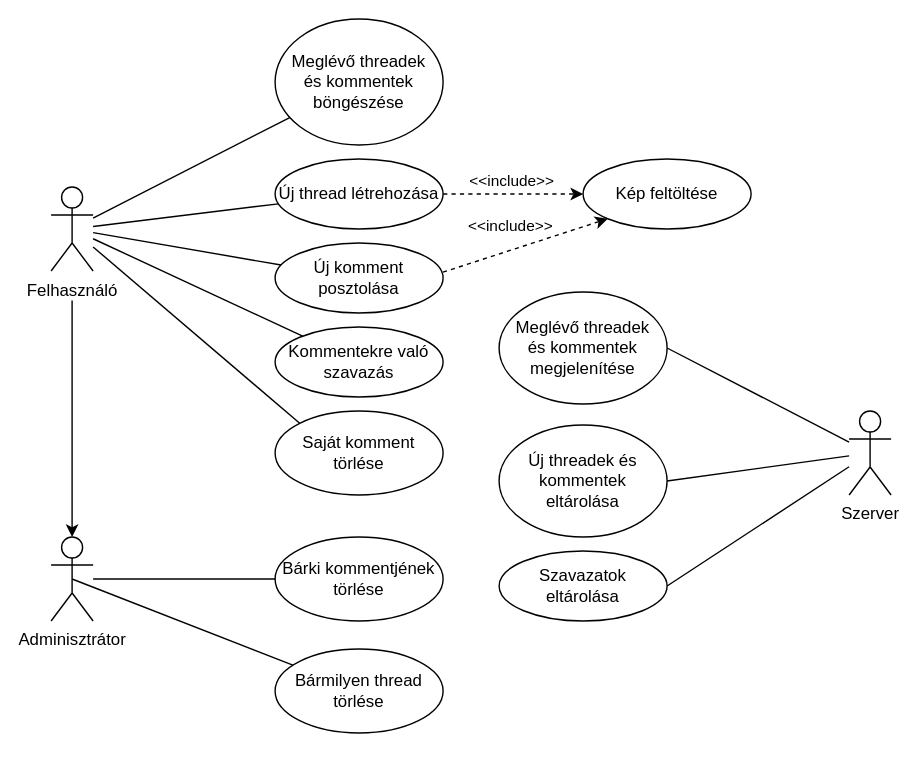
This is specifikacio/uml/use-case.svg from bonifacsolyom/SzakgyakChan, a draw.io export, as it was before one commit. Source tidied: cells renumbered, new cells last; positions are measured from the earlier drawing's top-left corner, leaving out a move shared by most shapes. The source it was exported from:
```xml
<mxGraphModel>
  <root>
    <mxCell id="0" />
    <mxCell id="1" parent="0" />
    <mxCell id="2" style="edgeStyle=orthogonalEdgeStyle;rounded=0;jettySize=auto;html=1;" parent="1" edge="1" target="4">
      <mxGeometry relative="1" as="geometry">
        <mxPoint x="15" y="201" as="sourcePoint" />
      </mxGeometry>
    </mxCell>
    <mxCell id="3" value="Felhasználó" style="shape=umlActor;verticalLabelPosition=bottom;verticalAlign=top;html=1;outlineConnect=0;" parent="1" vertex="1">
      <mxGeometry y="120" width="30" height="60" as="geometry" />
    </mxCell>
    <mxCell id="4" value="Adminisztrátor" style="shape=umlActor;verticalLabelPosition=bottom;verticalAlign=top;html=1;outlineConnect=0;" parent="1" vertex="1">
      <mxGeometry y="370" width="30" height="60" as="geometry" />
    </mxCell>
    <mxCell id="5" value="Új thread létrehozása" style="ellipse;whiteSpace=wrap;html=1;" parent="1" vertex="1">
      <mxGeometry x="160" y="100" width="120" height="50" as="geometry" />
    </mxCell>
    <mxCell id="6" value="Új komment posztolása" style="ellipse;whiteSpace=wrap;html=1;" parent="1" vertex="1">
      <mxGeometry x="160" y="160" width="120" height="50" as="geometry" />
    </mxCell>
    <mxCell id="7" value="Meglévő threadek&lt;br&gt;és kommentek böngészése" style="ellipse;whiteSpace=wrap;html=1;spacingTop=0;" parent="1" vertex="1">
      <mxGeometry x="160" width="120" height="90" as="geometry" />
    </mxCell>
    <mxCell id="8" value="Kép feltöltése" style="ellipse;whiteSpace=wrap;html=1;" parent="1" vertex="1">
      <mxGeometry x="380" y="100" width="120" height="50" as="geometry" />
    </mxCell>
    <mxCell id="9" style="endArrow=classic;html=1;dashed=1;exitX=1;exitY=0.5;exitDx=0;exitDy=0;" parent="1" edge="1" source="5">
      <mxGeometry relative="1" as="geometry">
        <mxPoint x="380" y="125" as="targetPoint" />
      </mxGeometry>
    </mxCell>
    <mxCell id="10" value="&amp;lt;&amp;lt;include&amp;gt;&amp;gt;" style="edgeLabel;html=1;align=center;verticalAlign=middle;" parent="9" vertex="1">
      <mxGeometry x="0.31" y="-2" relative="1" as="geometry">
        <mxPoint x="-16.4" y="-11" as="offset" />
      </mxGeometry>
    </mxCell>
    <mxCell id="11" style="endArrow=classic;html=1;dashed=1;exitX=0.999;exitY=0.417;exitDx=0;exitDy=0;exitPerimeter=0;entryX=0;entryY=1;entryDx=0;entryDy=0;" parent="1" edge="1" source="6" target="8">
      <mxGeometry relative="1" as="geometry" />
    </mxCell>
    <mxCell id="12" value="&amp;lt;&amp;lt;include&amp;gt;&amp;gt;" style="edgeLabel;html=1;align=center;verticalAlign=middle;" parent="11" vertex="1">
      <mxGeometry x="0.31" y="-2" relative="1" as="geometry">
        <mxPoint x="-29.4" y="-9.8" as="offset" />
      </mxGeometry>
    </mxCell>
    <mxCell id="13" style="endArrow=none;html=1;" parent="1" edge="1" source="3" target="7">
      <mxGeometry relative="1" as="geometry" />
    </mxCell>
    <mxCell id="14" style="endArrow=none;html=1;" parent="1" edge="1" source="3" target="5">
      <mxGeometry relative="1" as="geometry" />
    </mxCell>
    <mxCell id="15" style="endArrow=none;html=1;" parent="1" edge="1" source="3" target="6">
      <mxGeometry relative="1" as="geometry" />
    </mxCell>
    <mxCell id="16" value="Saját komment törlése" style="ellipse;whiteSpace=wrap;html=1;" parent="1" vertex="1">
      <mxGeometry x="160" y="280" width="120" height="60" as="geometry" />
    </mxCell>
    <mxCell id="17" value="Kommentekre való szavazás" style="ellipse;whiteSpace=wrap;html=1;" parent="1" vertex="1">
      <mxGeometry x="160" y="220" width="120" height="50" as="geometry" />
    </mxCell>
    <mxCell id="18" style="endArrow=none;html=1;" parent="1" edge="1" source="3" target="17">
      <mxGeometry relative="1" as="geometry" />
    </mxCell>
    <mxCell id="19" style="endArrow=none;html=1;entryX=0;entryY=0;entryDx=0;entryDy=0;" parent="1" edge="1" source="3" target="16">
      <mxGeometry relative="1" as="geometry" />
    </mxCell>
    <mxCell id="20" value="Bárki kommentjének törlése" style="ellipse;whiteSpace=wrap;html=1;" parent="1" vertex="1">
      <mxGeometry x="160" y="370" width="120" height="60" as="geometry" />
    </mxCell>
    <mxCell id="21" style="endArrow=none;html=1;" parent="1" edge="1" source="4" target="20">
      <mxGeometry relative="1" as="geometry" />
    </mxCell>
    <mxCell id="22" value="Bármilyen thread törlése" style="ellipse;whiteSpace=wrap;html=1;" parent="1" vertex="1">
      <mxGeometry x="160" y="450" width="120" height="60" as="geometry" />
    </mxCell>
    <mxCell id="23" style="endArrow=none;html=1;exitX=0.5;exitY=0.5;exitDx=0;exitDy=0;exitPerimeter=0;" parent="1" edge="1" source="4" target="22">
      <mxGeometry relative="1" as="geometry" />
    </mxCell>
    <mxCell id="24" value="Szerver" style="shape=umlActor;verticalLabelPosition=bottom;verticalAlign=top;html=1;outlineConnect=0;" parent="1" vertex="1">
      <mxGeometry x="570" y="280" width="30" height="60" as="geometry" />
    </mxCell>
    <mxCell id="25" value="Meglévő threadek&lt;br&gt;és kommentek megjelenítése" style="ellipse;whiteSpace=wrap;html=1;" parent="1" vertex="1">
      <mxGeometry x="320" y="195" width="120" height="80" as="geometry" />
    </mxCell>
    <mxCell id="26" value="Új threadek és kommentek&lt;br&gt;eltárolása" style="ellipse;whiteSpace=wrap;html=1;" parent="1" vertex="1">
      <mxGeometry x="320" y="290" width="120" height="80" as="geometry" />
    </mxCell>
    <mxCell id="27" value="Szavazatok&lt;br&gt;eltárolása" style="ellipse;whiteSpace=wrap;html=1;" parent="1" vertex="1">
      <mxGeometry x="320" y="380" width="120" height="50" as="geometry" />
    </mxCell>
    <mxCell id="28" style="endArrow=none;html=1;exitX=1;exitY=0.5;exitDx=0;exitDy=0;" parent="1" edge="1" source="25" target="24">
      <mxGeometry relative="1" as="geometry" />
    </mxCell>
    <mxCell id="29" style="endArrow=none;html=1;exitX=1;exitY=0.5;exitDx=0;exitDy=0;" parent="1" edge="1" source="26" target="24">
      <mxGeometry relative="1" as="geometry" />
    </mxCell>
    <mxCell id="30" style="endArrow=none;html=1;exitX=1;exitY=0.5;exitDx=0;exitDy=0;" parent="1" edge="1" source="27" target="24">
      <mxGeometry relative="1" as="geometry" />
    </mxCell>
  </root>
</mxGraphModel>
```
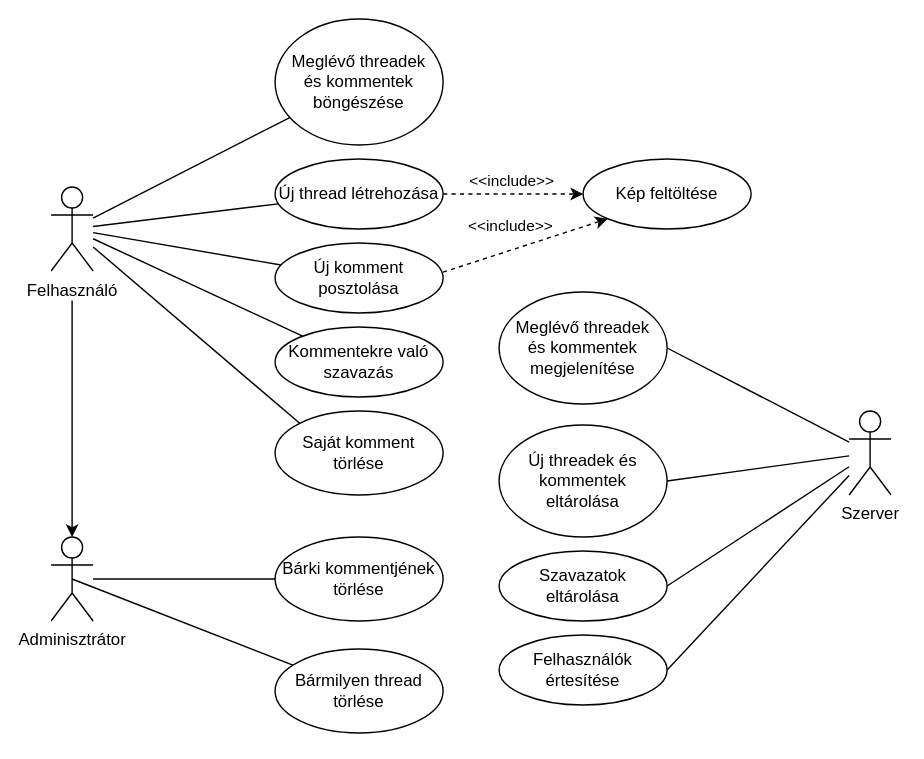
After the commit.

Commit message:
Notifikációs követelmény és egy szekvenciadiagram hozzáadása

What changed in the source:
```diff
@@ -97,5 +97,11 @@
     <mxCell id="30" style="endArrow=none;html=1;exitX=1;exitY=0.5;exitDx=0;exitDy=0;" parent="1" edge="1" source="27" target="24">
       <mxGeometry relative="1" as="geometry" />
     </mxCell>
+    <mxCell id="31" value="Felhasználók értesítése" style="ellipse;whiteSpace=wrap;html=1;" parent="1" vertex="1">
+      <mxGeometry x="320" y="440" width="120" height="50" as="geometry" />
+    </mxCell>
+    <mxCell id="32" style="endArrow=none;html=1;exitX=1;exitY=0.5;exitDx=0;exitDy=0;" parent="1" edge="1" source="31" target="24">
+      <mxGeometry relative="1" as="geometry" />
+    </mxCell>
   </root>
 </mxGraphModel>
```
